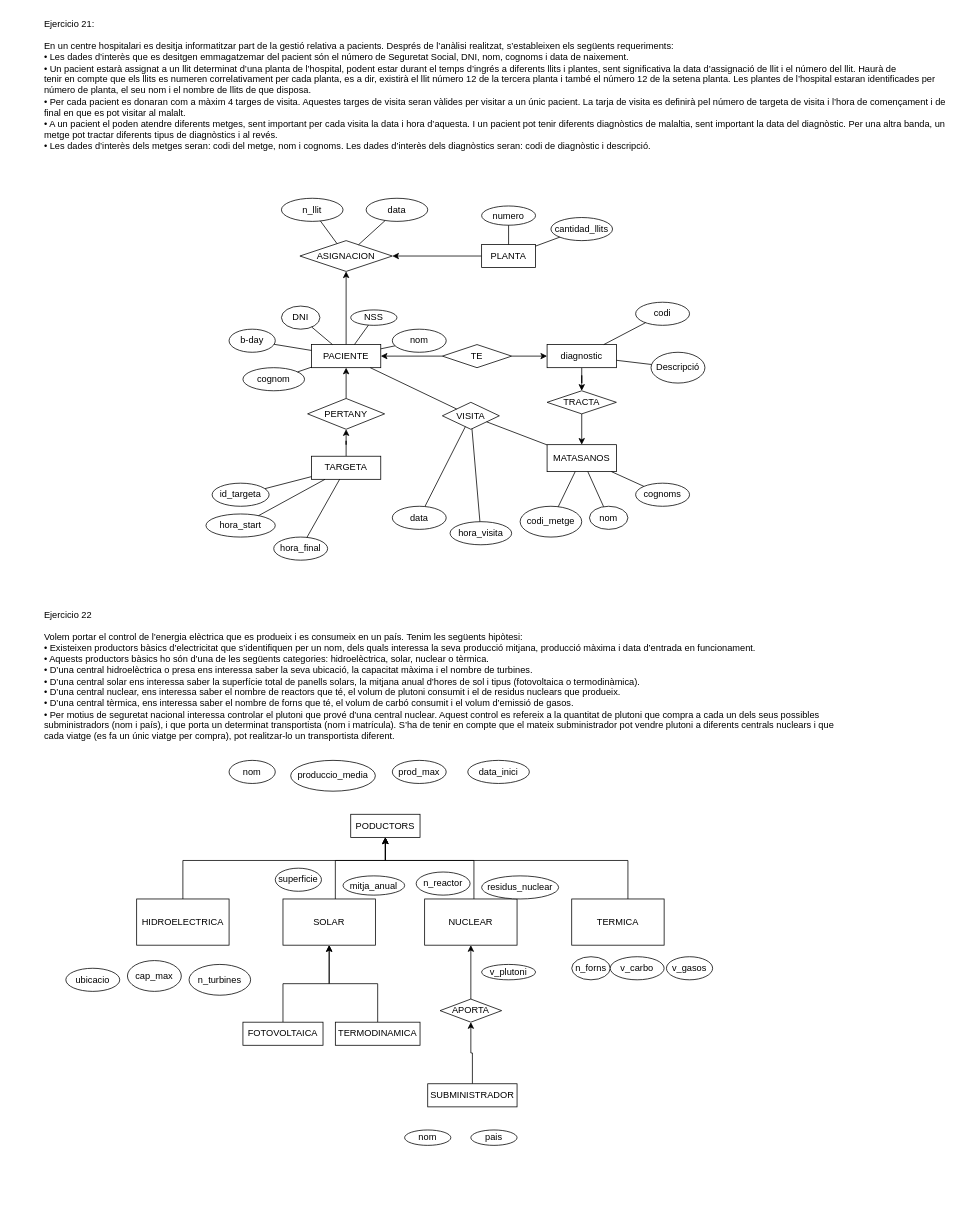
Before: codi/04-BBDD/ej21-22.drawio in DaydreamsRushe/HTML-CSS, a draw.io diagram. Source tidied: cells renumbered, new cells numbered last; positions are measured from the earlier drawing's top-left corner, leaving out a move shared by most shapes. Both pictures are drawn from the tidied source at 77%, with x=0, y=0 at pixel (42, 13).
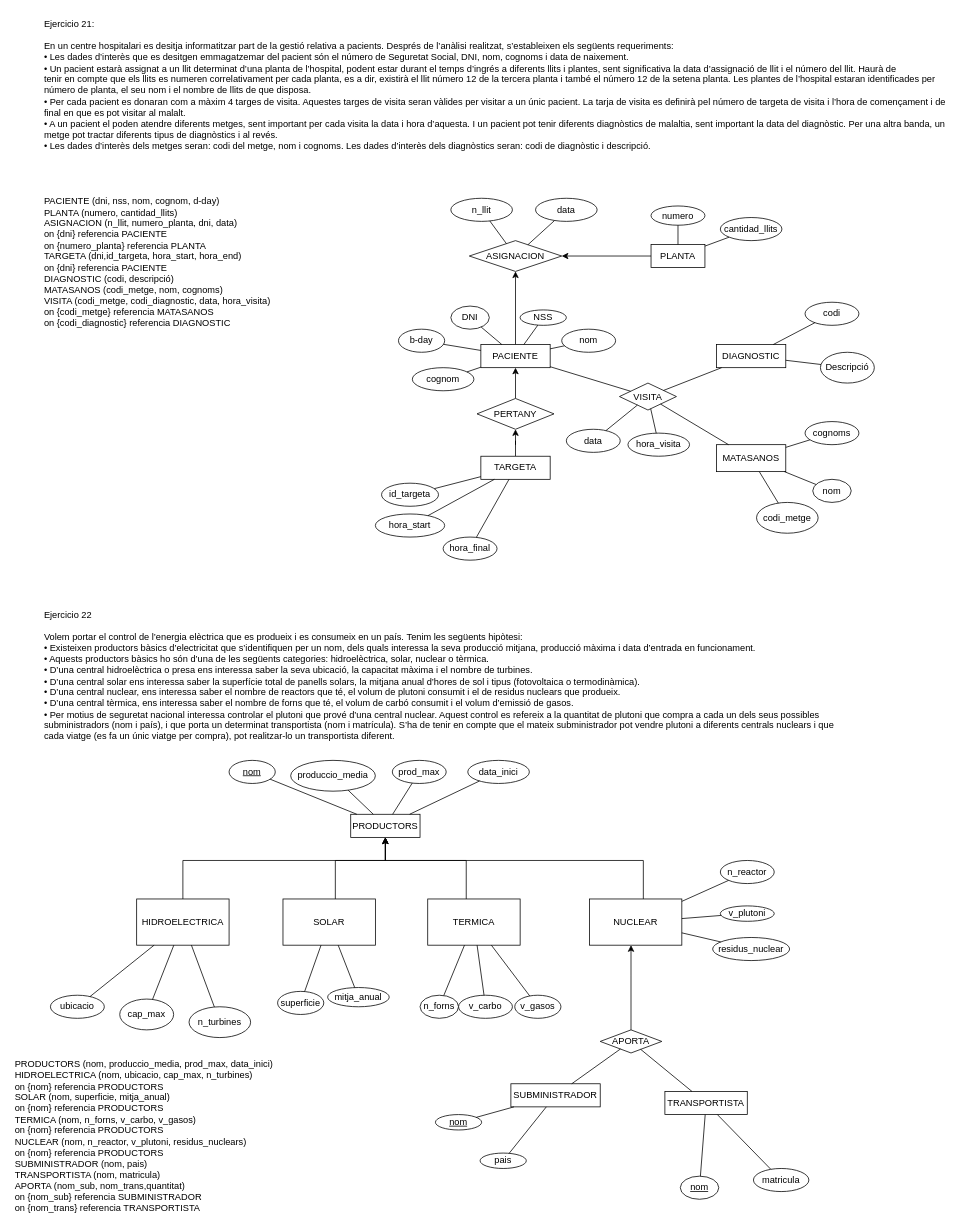
The same page after the edit.

Unchanged cells that the change refers to:
```xml
<mxCell id="64" value="produccio_media" style="ellipse;whiteSpace=wrap;html=1;" parent="1" vertex="1">
  <mxGeometry x="322" y="970" width="110" height="40" as="geometry" />
</mxCell>
<mxCell id="65" value="prod_max" style="ellipse;whiteSpace=wrap;html=1;" parent="1" vertex="1">
  <mxGeometry x="454" y="970" width="70" height="30" as="geometry" />
</mxCell>
<mxCell id="66" value="data_inici" style="ellipse;whiteSpace=wrap;html=1;" parent="1" vertex="1">
  <mxGeometry x="552" y="970" width="80" height="30" as="geometry" />
</mxCell>
<mxCell id="68" value="HIDROELECTRICA" style="rounded=0;whiteSpace=wrap;html=1;" parent="1" vertex="1">
  <mxGeometry x="122" y="1150" width="120" height="60" as="geometry" />
</mxCell>
<mxCell id="70" value="SOLAR" style="rounded=0;whiteSpace=wrap;html=1;" parent="1" vertex="1">
  <mxGeometry x="312" y="1150" width="120" height="60" as="geometry" />
</mxCell>
```

Change to the diagram source:
```diff
@@
     <mxCell id="4" value="PACIENTE" style="rounded=0;whiteSpace=wrap;html=1;" parent="1" vertex="1">
-      <mxGeometry x="349" y="430" width="90" height="30" as="geometry" />
+      <mxGeometry x="569" y="430" width="90" height="30" as="geometry" />
     </mxCell>
     <mxCell id="5" value="NSS" style="ellipse;whiteSpace=wrap;html=1;" parent="1" vertex="1">
-      <mxGeometry x="400" y="385" width="60" height="20" as="geometry" />
+      <mxGeometry x="620" y="385" width="60" height="20" as="geometry" />
     </mxCell>
     <mxCell id="6" value="DNI" style="ellipse;whiteSpace=wrap;html=1;" parent="1" vertex="1">
-      <mxGeometry x="310" y="380" width="50" height="30" as="geometry" />
+      <mxGeometry x="530" y="380" width="50" height="30" as="geometry" />
     </mxCell>
     <mxCell id="7" value="nom" style="ellipse;whiteSpace=wrap;html=1;" parent="1" vertex="1">
-      <mxGeometry x="454" y="410" width="70" height="30" as="geometry" />
+      <mxGeometry x="674" y="410" width="70" height="30" as="geometry" />
     </mxCell>
     <mxCell id="8" value="cognom" style="ellipse;whiteSpace=wrap;html=1;" parent="1" vertex="1">
-      <mxGeometry x="260" y="460" width="80" height="30" as="geometry" />
+      <mxGeometry x="480" y="460" width="80" height="30" as="geometry" />
     </mxCell>
     <mxCell id="9" value="b-day" style="ellipse;whiteSpace=wrap;html=1;" parent="1" vertex="1">
-      <mxGeometry x="242" y="410" width="60" height="30" as="geometry" />
+      <mxGeometry x="462" y="410" width="60" height="30" as="geometry" />
     </mxCell>
@@
     <mxCell id="11" value="PLANTA" style="rounded=0;whiteSpace=wrap;html=1;" parent="1" vertex="1">
-      <mxGeometry x="570" y="300" width="70" height="30" as="geometry" />
+      <mxGeometry x="790" y="300" width="70" height="30" as="geometry" />
     </mxCell>
     <mxCell id="12" value="ASIGNACION" style="rhombus;whiteSpace=wrap;html=1;" parent="1" vertex="1">
-      <mxGeometry x="334" y="295" width="120" height="40" as="geometry" />
+      <mxGeometry x="554" y="295" width="120" height="40" as="geometry" />
     </mxCell>
     <mxCell id="13" value="n_llit" style="ellipse;whiteSpace=wrap;html=1;" parent="1" vertex="1">
-      <mxGeometry x="310" y="240" width="80" height="30" as="geometry" />
+      <mxGeometry x="530" y="240" width="80" height="30" as="geometry" />
     </mxCell>
     <mxCell id="14" value="data" style="ellipse;whiteSpace=wrap;html=1;" parent="1" vertex="1">
-      <mxGeometry x="420" y="240" width="80" height="30" as="geometry" />
+      <mxGeometry x="640" y="240" width="80" height="30" as="geometry" />
     </mxCell>
     <mxCell id="15" value="numero" style="ellipse;whiteSpace=wrap;html=1;" parent="1" vertex="1">
-      <mxGeometry x="570" y="250" width="70" height="25" as="geometry" />
+      <mxGeometry x="790" y="250" width="70" height="25" as="geometry" />
     </mxCell>
     <mxCell id="16" value="cantidad_llits" style="ellipse;whiteSpace=wrap;html=1;" parent="1" vertex="1">
-      <mxGeometry x="660" y="265" width="80" height="30" as="geometry" />
+      <mxGeometry x="880" y="265" width="80" height="30" as="geometry" />
     </mxCell>
@@
     <mxCell id="18" value="TARGETA" style="rounded=0;whiteSpace=wrap;html=1;" parent="1" vertex="1">
-      <mxGeometry x="349" y="575" width="90" height="30" as="geometry" />
+      <mxGeometry x="569" y="575" width="90" height="30" as="geometry" />
     </mxCell>
     <mxCell id="19" value="id_targeta" style="ellipse;whiteSpace=wrap;html=1;" parent="1" vertex="1">
-      <mxGeometry x="220" y="610" width="74" height="30" as="geometry" />
+      <mxGeometry x="440" y="610" width="74" height="30" as="geometry" />
     </mxCell>
     <mxCell id="20" value="hora_start" style="ellipse;whiteSpace=wrap;html=1;" parent="1" vertex="1">
-      <mxGeometry x="212" y="650" width="90" height="30" as="geometry" />
+      <mxGeometry x="432" y="650" width="90" height="30" as="geometry" />
     </mxCell>
     <mxCell id="21" value="hora_final" style="ellipse;whiteSpace=wrap;html=1;" parent="1" vertex="1">
-      <mxGeometry x="300" y="680" width="70" height="30" as="geometry" />
+      <mxGeometry x="520" y="680" width="70" height="30" as="geometry" />
     </mxCell>
-    <mxCell id="22" style="edgeStyle=orthogonalEdgeStyle;rounded=0;jettySize=auto;html=1;" parent="1" edge="1" source="23" target="28">
-      <mxGeometry relative="1" as="geometry" />
-    </mxCell>
-    <mxCell id="23" value="diagnostic" style="rounded=0;whiteSpace=wrap;html=1;" parent="1" vertex="1">
-      <mxGeometry x="655" y="430" width="90" height="30" as="geometry" />
+    <mxCell id="23" value="DIAGNOSTIC" style="rounded=0;whiteSpace=wrap;html=1;" parent="1" vertex="1">
+      <mxGeometry x="875" y="430" width="90" height="30" as="geometry" />
     </mxCell>
     <mxCell id="24" value="codi" style="ellipse;whiteSpace=wrap;html=1;" parent="1" vertex="1">
-      <mxGeometry x="770" y="375" width="70" height="30" as="geometry" />
+      <mxGeometry x="990" y="375" width="70" height="30" as="geometry" />
     </mxCell>
     <mxCell id="25" value="MATASANOS" style="rounded=0;whiteSpace=wrap;html=1;" parent="1" vertex="1">
-      <mxGeometry x="655" y="560" width="90" height="35" as="geometry" />
+      <mxGeometry x="875" y="560" width="90" height="35" as="geometry" />
     </mxCell>
     <mxCell id="26" value="VISITA" style="rhombus;whiteSpace=wrap;html=1;" parent="1" vertex="1">
-      <mxGeometry x="519" y="505" width="74" height="35" as="geometry" />
+      <mxGeometry x="749" y="480" width="74" height="35" as="geometry" />
     </mxCell>
-    <mxCell id="27" style="edgeStyle=orthogonalEdgeStyle;rounded=0;jettySize=auto;html=1;" parent="1" edge="1" source="28" target="25">
-      <mxGeometry relative="1" as="geometry" />
-    </mxCell>
-    <mxCell id="28" value="TRACTA" style="rhombus;whiteSpace=wrap;html=1;" parent="1" vertex="1">
-      <mxGeometry x="655" y="490" width="90" height="30" as="geometry" />
-    </mxCell>
     <mxCell id="29" value="Descripció" style="ellipse;whiteSpace=wrap;html=1;" parent="1" vertex="1">
-      <mxGeometry x="790" y="440" width="70" height="40" as="geometry" />
+      <mxGeometry x="1010" y="440" width="70" height="40" as="geometry" />
     </mxCell>
     <mxCell id="30" value="codi_metge" style="ellipse;whiteSpace=wrap;html=1;" parent="1" vertex="1">
-      <mxGeometry x="620" y="640" width="80" height="40" as="geometry" />
+      <mxGeometry x="927" y="635" width="80" height="40" as="geometry" />
     </mxCell>
     <mxCell id="31" value="nom" style="ellipse;whiteSpace=wrap;html=1;" parent="1" vertex="1">
-      <mxGeometry x="710" y="640" width="50" height="30" as="geometry" />
+      <mxGeometry x="1000" y="605" width="50" height="30" as="geometry" />
     </mxCell>
     <mxCell id="32" value="cognoms" style="ellipse;whiteSpace=wrap;html=1;" parent="1" vertex="1">
-      <mxGeometry x="770" y="610" width="70" height="30" as="geometry" />
+      <mxGeometry x="990" y="530" width="70" height="30" as="geometry" />
     </mxCell>
     <mxCell id="33" value="hora_visita" style="ellipse;whiteSpace=wrap;html=1;" parent="1" vertex="1">
-      <mxGeometry x="529" y="660" width="80" height="30" as="geometry" />
+      <mxGeometry x="760" y="545" width="80" height="30" as="geometry" />
     </mxCell>
@@
     <mxCell id="39" value="PERTANY" style="rhombus;whiteSpace=wrap;html=1;" parent="1" vertex="1">
-      <mxGeometry x="344" y="500" width="100" height="40" as="geometry" />
+      <mxGeometry x="564" y="500" width="100" height="40" as="geometry" />
     </mxCell>
@@
     <mxCell id="54" value="data" style="ellipse;whiteSpace=wrap;html=1;" parent="1" vertex="1">
-      <mxGeometry x="454" y="640" width="70" height="30" as="geometry" />
+      <mxGeometry x="680" y="540" width="70" height="30" as="geometry" />
     </mxCell>
@@
-    <mxCell id="56" style="edgeStyle=orthogonalEdgeStyle;rounded=0;jettySize=auto;html=1;" parent="1" edge="1" source="58" target="4">
-      <mxGeometry relative="1" as="geometry" />
-    </mxCell>
-    <mxCell id="57" style="edgeStyle=orthogonalEdgeStyle;rounded=0;jettySize=auto;html=1;" parent="1" edge="1" source="58" target="23">
-      <mxGeometry relative="1" as="geometry" />
-    </mxCell>
-    <mxCell id="58" value="TE" style="rhombus;whiteSpace=wrap;html=1;" parent="1" vertex="1">
-      <mxGeometry x="519" y="430" width="90" height="30" as="geometry" />
-    </mxCell>
@@
-    <mxCell id="62" value="PODUCTORS" style="rounded=0;whiteSpace=wrap;html=1;" parent="1" vertex="1">
+    <mxCell id="62" value="PRODUCTORS" style="rounded=0;whiteSpace=wrap;html=1;" parent="1" vertex="1">
       <mxGeometry x="400" y="1040" width="90" height="30" as="geometry" />
     </mxCell>
-    <mxCell id="63" value="nom" style="ellipse;whiteSpace=wrap;html=1;" parent="1" vertex="1">
+    <mxCell id="63" value="nom" style="ellipse;whiteSpace=wrap;html=1;fontStyle=4;" parent="1" vertex="1">
       <mxGeometry x="242" y="970" width="60" height="30" as="geometry" />
     </mxCell>
@@
     <mxCell id="71" style="edgeStyle=orthogonalEdgeStyle;rounded=0;jettySize=auto;html=1;" parent="1" edge="1" source="72" target="62">
       <mxGeometry relative="1" as="geometry">
         <Array as="points">
-          <mxPoint x="560" y="1100" />
+          <mxPoint x="780" y="1100" />
           <mxPoint x="445" y="1100" />
         </Array>
       </mxGeometry>
     </mxCell>
     <mxCell id="72" value="NUCLEAR" style="rounded=0;whiteSpace=wrap;html=1;" parent="1" vertex="1">
-      <mxGeometry x="496" y="1150" width="120" height="60" as="geometry" />
+      <mxGeometry x="710" y="1150" width="120" height="60" as="geometry" />
     </mxCell>
     <mxCell id="73" style="edgeStyle=orthogonalEdgeStyle;rounded=0;jettySize=auto;html=1;" parent="1" edge="1" source="74" target="62">
       <mxGeometry relative="1" as="geometry">
         <Array as="points">
-          <mxPoint x="760" y="1100" />
+          <mxPoint x="550" y="1180" />
+          <mxPoint x="550" y="1100" />
           <mxPoint x="445" y="1100" />
         </Array>
       </mxGeometry>
     </mxCell>
     <mxCell id="74" value="TERMICA" style="rounded=0;whiteSpace=wrap;html=1;" parent="1" vertex="1">
-      <mxGeometry x="687" y="1150" width="120" height="60" as="geometry" />
+      <mxGeometry x="500" y="1150" width="120" height="60" as="geometry" />
     </mxCell>
     <mxCell id="75" value="ubicacio" style="ellipse;whiteSpace=wrap;html=1;" parent="1" vertex="1">
-      <mxGeometry x="30" y="1240" width="70" height="30" as="geometry" />
+      <mxGeometry x="10" y="1275" width="70" height="30" as="geometry" />
     </mxCell>
     <mxCell id="76" value="cap_max" style="ellipse;whiteSpace=wrap;html=1;" parent="1" vertex="1">
-      <mxGeometry x="110" y="1230" width="70" height="40" as="geometry" />
+      <mxGeometry x="100" y="1280" width="70" height="40" as="geometry" />
     </mxCell>
     <mxCell id="77" value="n_turbines" style="ellipse;whiteSpace=wrap;html=1;" parent="1" vertex="1">
-      <mxGeometry x="190" y="1235" width="80" height="40" as="geometry" />
+      <mxGeometry x="190" y="1290" width="80" height="40" as="geometry" />
     </mxCell>
     <mxCell id="78" value="superficie" style="ellipse;whiteSpace=wrap;html=1;" parent="1" vertex="1">
-      <mxGeometry x="302" y="1110" width="60" height="30" as="geometry" />
+      <mxGeometry x="305" y="1270" width="60" height="30" as="geometry" />
     </mxCell>
     <mxCell id="79" value="mitja_anual" style="ellipse;whiteSpace=wrap;html=1;" parent="1" vertex="1">
-      <mxGeometry x="390" y="1120" width="80" height="25" as="geometry" />
+      <mxGeometry x="370" y="1265" width="80" height="25" as="geometry" />
     </mxCell>
-    <mxCell id="80" style="edgeStyle=orthogonalEdgeStyle;rounded=0;jettySize=auto;html=1;" parent="1" edge="1" source="81" target="70">
-      <mxGeometry relative="1" as="geometry" />
-    </mxCell>
-    <mxCell id="81" value="FOTOVOLTAICA" style="rounded=0;whiteSpace=wrap;html=1;" parent="1" vertex="1">
-      <mxGeometry x="260" y="1310" width="104" height="30" as="geometry" />
-    </mxCell>
-    <mxCell id="82" style="edgeStyle=orthogonalEdgeStyle;rounded=0;jettySize=auto;html=1;" parent="1" edge="1" source="83" target="70">
-      <mxGeometry relative="1" as="geometry" />
-    </mxCell>
-    <mxCell id="83" value="TERMODINAMICA" style="rounded=0;whiteSpace=wrap;html=1;" parent="1" vertex="1">
-      <mxGeometry x="380" y="1310" width="110" height="30" as="geometry" />
-    </mxCell>
     <mxCell id="84" value="n_reactor" style="ellipse;whiteSpace=wrap;html=1;" parent="1" vertex="1">
-      <mxGeometry x="485" y="1115" width="70" height="30" as="geometry" />
+      <mxGeometry x="880" y="1100" width="70" height="30" as="geometry" />
     </mxCell>
     <mxCell id="85" value="v_plutoni" style="ellipse;whiteSpace=wrap;html=1;" parent="1" vertex="1">
-      <mxGeometry x="570" y="1235" width="70" height="20" as="geometry" />
+      <mxGeometry x="880" y="1159" width="70" height="20" as="geometry" />
     </mxCell>
     <mxCell id="86" value="residus_nuclear" style="ellipse;whiteSpace=wrap;html=1;" parent="1" vertex="1">
-      <mxGeometry x="570" y="1120" width="100" height="30" as="geometry" />
+      <mxGeometry x="870" y="1200" width="100" height="30" as="geometry" />
     </mxCell>
     <mxCell id="87" value="n_forns" style="ellipse;whiteSpace=wrap;html=1;" parent="1" vertex="1">
-      <mxGeometry x="687" y="1225" width="50" height="30" as="geometry" />
+      <mxGeometry x="490" y="1275" width="50" height="30" as="geometry" />
     </mxCell>
     <mxCell id="88" value="v_carbo" style="ellipse;whiteSpace=wrap;html=1;" parent="1" vertex="1">
-      <mxGeometry x="737" y="1225" width="70" height="30" as="geometry" />
+      <mxGeometry x="540" y="1275" width="70" height="30" as="geometry" />
     </mxCell>
     <mxCell id="89" value="v_gasos" style="ellipse;whiteSpace=wrap;html=1;" parent="1" vertex="1">
-      <mxGeometry x="810" y="1225" width="60" height="30" as="geometry" />
+      <mxGeometry x="613" y="1275" width="60" height="30" as="geometry" />
     </mxCell>
-    <mxCell id="90" style="edgeStyle=orthogonalEdgeStyle;rounded=0;jettySize=auto;html=1;" parent="1" edge="1" source="91" target="93">
-      <mxGeometry relative="1" as="geometry" />
-    </mxCell>
     <mxCell id="91" value="SUBMINISTRADOR" style="rounded=0;whiteSpace=wrap;html=1;" parent="1" vertex="1">
-      <mxGeometry x="500" y="1390" width="116" height="30" as="geometry" />
+      <mxGeometry x="608" y="1390" width="116" height="30" as="geometry" />
     </mxCell>
     <mxCell id="92" style="edgeStyle=orthogonalEdgeStyle;rounded=0;jettySize=auto;html=1;" parent="1" edge="1" source="93" target="72">
-      <mxGeometry relative="1" as="geometry" />
+      <mxGeometry relative="1" as="geometry">
+        <Array as="points">
+          <mxPoint x="764" y="1250" />
+          <mxPoint x="764" y="1250" />
+        </Array>
+      </mxGeometry>
     </mxCell>
     <mxCell id="93" value="APORTA" style="rhombus;whiteSpace=wrap;html=1;" parent="1" vertex="1">
-      <mxGeometry x="516" y="1280" width="80" height="30" as="geometry" />
+      <mxGeometry x="724" y="1320" width="80" height="30" as="geometry" />
     </mxCell>
-    <mxCell id="94" value="nom" style="ellipse;whiteSpace=wrap;html=1;" parent="1" vertex="1">
-      <mxGeometry x="470" y="1450" width="60" height="20" as="geometry" />
+    <mxCell id="94" value="nom" style="ellipse;whiteSpace=wrap;html=1;fontStyle=4;" parent="1" vertex="1">
+      <mxGeometry x="510" y="1430" width="60" height="20" as="geometry" />
     </mxCell>
     <mxCell id="95" value="pais" style="ellipse;whiteSpace=wrap;html=1;" parent="1" vertex="1">
-      <mxGeometry x="556" y="1450" width="60" height="20" as="geometry" />
+      <mxGeometry x="568" y="1480" width="60" height="20" as="geometry" />
     </mxCell>
+    <mxCell id="96" style="endArrow=none;html=1;rounded=0;" parent="1" edge="1" source="26" target="23">
+      <mxGeometry relative="1" as="geometry" />
+    </mxCell>
+    <mxCell id="90" style="endArrow=none;html=1;rounded=0;" parent="1" edge="1" source="91" target="93">
+      <mxGeometry relative="1" as="geometry" />
+    </mxCell>
+    <mxCell id="97" style="endArrow=none;html=1;rounded=0;" parent="1" edge="1" source="94" target="91">
+      <mxGeometry relative="1" as="geometry" />
+    </mxCell>
+    <mxCell id="98" style="endArrow=none;html=1;rounded=0;" parent="1" edge="1" source="95" target="91">
+      <mxGeometry relative="1" as="geometry" />
+    </mxCell>
+    <mxCell id="99" value="TRANSPORTISTA" style="rounded=0;whiteSpace=wrap;html=1;" parent="1" vertex="1">
+      <mxGeometry x="808" y="1400" width="107" height="30" as="geometry" />
+    </mxCell>
+    <mxCell id="100" style="endArrow=none;html=1;rounded=0;" parent="1" edge="1" source="99" target="93">
+      <mxGeometry relative="1" as="geometry" />
+    </mxCell>
+    <mxCell id="101" value="nom" style="ellipse;whiteSpace=wrap;html=1;fontStyle=4;" parent="1" vertex="1">
+      <mxGeometry x="828" y="1510" width="50" height="30" as="geometry" />
+    </mxCell>
+    <mxCell id="102" value="matricula" style="ellipse;whiteSpace=wrap;html=1;" parent="1" vertex="1">
+      <mxGeometry x="923" y="1500" width="72" height="30" as="geometry" />
+    </mxCell>
+    <mxCell id="103" style="endArrow=none;html=1;rounded=0;" parent="1" edge="1" source="101" target="99">
+      <mxGeometry relative="1" as="geometry" />
+    </mxCell>
+    <mxCell id="104" style="endArrow=none;html=1;rounded=0;" parent="1" edge="1" source="102" target="99">
+      <mxGeometry relative="1" as="geometry" />
+    </mxCell>
+    <mxCell id="105" style="endArrow=none;html=1;rounded=0;" parent="1" edge="1" source="75" target="68">
+      <mxGeometry relative="1" as="geometry" />
+    </mxCell>
+    <mxCell id="106" style="endArrow=none;html=1;rounded=0;" parent="1" edge="1" source="76" target="68">
+      <mxGeometry relative="1" as="geometry" />
+    </mxCell>
+    <mxCell id="107" style="endArrow=none;html=1;rounded=0;" parent="1" edge="1" source="77" target="68">
+      <mxGeometry relative="1" as="geometry" />
+    </mxCell>
+    <mxCell id="108" style="endArrow=none;html=1;rounded=0;" parent="1" edge="1" source="78" target="70">
+      <mxGeometry relative="1" as="geometry" />
+    </mxCell>
+    <mxCell id="109" style="endArrow=none;html=1;rounded=0;" parent="1" edge="1" source="79" target="70">
+      <mxGeometry relative="1" as="geometry" />
+    </mxCell>
+    <mxCell id="110" style="endArrow=none;html=1;rounded=0;" parent="1" edge="1" source="87" target="74">
+      <mxGeometry relative="1" as="geometry" />
+    </mxCell>
+    <mxCell id="111" style="endArrow=none;html=1;rounded=0;" parent="1" edge="1" source="88" target="74">
+      <mxGeometry relative="1" as="geometry" />
+    </mxCell>
+    <mxCell id="112" style="endArrow=none;html=1;rounded=0;" parent="1" edge="1" source="89" target="74">
+      <mxGeometry relative="1" as="geometry" />
+    </mxCell>
+    <mxCell id="113" style="endArrow=none;html=1;rounded=0;" parent="1" edge="1" source="86" target="72">
+      <mxGeometry relative="1" as="geometry" />
+    </mxCell>
+    <mxCell id="114" style="endArrow=none;html=1;rounded=0;" parent="1" edge="1" source="85" target="72">
+      <mxGeometry relative="1" as="geometry" />
+    </mxCell>
+    <mxCell id="115" style="endArrow=none;html=1;rounded=0;" parent="1" edge="1" source="84" target="72">
+      <mxGeometry relative="1" as="geometry" />
+    </mxCell>
+    <mxCell id="116" style="endArrow=none;html=1;rounded=0;" parent="1" edge="1" source="62" target="63">
+      <mxGeometry relative="1" as="geometry" />
+    </mxCell>
+    <mxCell id="117" style="endArrow=none;html=1;rounded=0;" parent="1" edge="1" source="62" target="64">
+      <mxGeometry relative="1" as="geometry" />
+    </mxCell>
+    <mxCell id="118" style="endArrow=none;html=1;rounded=0;" parent="1" edge="1" source="62" target="65">
+      <mxGeometry relative="1" as="geometry" />
+    </mxCell>
+    <mxCell id="119" style="endArrow=none;html=1;rounded=0;" parent="1" edge="1" source="62" target="66">
+      <mxGeometry relative="1" as="geometry" />
+    </mxCell>
+    <mxCell id="120" value="PRODUCTORS (nom, produccio_media, prod_max, data_inici)&lt;div&gt;HIDROELECTRICA (nom, ubicacio, cap_max, n_turbines)&lt;/div&gt;&lt;div&gt;on {nom} referencia PRODUCTORS&lt;/div&gt;&lt;div&gt;SOLAR (nom, superficie, mitja_anual)&lt;/div&gt;&lt;div&gt;on {nom} referencia PRODUCTORS&lt;/div&gt;&lt;div&gt;TERMICA (nom, n_forns, v_carbo, v_gasos)&lt;/div&gt;&lt;div&gt;on {nom} referencia PRODUCTORS&lt;/div&gt;&lt;div&gt;NUCLEAR (nom, n_reactor, v_plutoni, residus_nuclears)&lt;/div&gt;&lt;div&gt;on {nom} referencia PRODUCTORS&lt;/div&gt;&lt;div&gt;SUBMINISTRADOR (nom, pais)&lt;/div&gt;&lt;div&gt;TRANSPORTISTA (nom, matricula)&lt;/div&gt;&lt;div&gt;APORTA (nom_sub, nom_trans,quantitat)&lt;/div&gt;&lt;div&gt;on {nom_sub} referencia SUBMINISTRADOR&lt;/div&gt;&lt;div&gt;on {nom_trans} referencia TRANSPORTISTA&lt;/div&gt;" style="text;html=1;align=left;verticalAlign=middle;whiteSpace=wrap;rounded=0;" parent="1" vertex="1">
+      <mxGeometry x="-38" y="1355" width="358" height="205" as="geometry" />
+    </mxCell>
+    <mxCell id="121" value="PACIENTE (dni, nss, nom, cognom, d-day)&lt;div&gt;PLANTA (numero, cantidad_llits)&lt;/div&gt;&lt;div&gt;ASIGNACION (n_llit, numero_planta, dni, data)&lt;/div&gt;&lt;div&gt;on {dni} referencia PACIENTE&lt;/div&gt;&lt;div&gt;on {numero_planta} referencia PLANTA&lt;/div&gt;&lt;div&gt;TARGETA (dni,id_targeta, hora_start, hora_end)&lt;/div&gt;&lt;div&gt;on {dni} referencia PACIENTE&lt;/div&gt;&lt;div&gt;DIAGNOSTIC (codi, descripció)&lt;/div&gt;&lt;div&gt;MATASANOS (codi_metge, nom, cognoms)&lt;/div&gt;&lt;div&gt;VISITA (codi_metge, codi_diagnostic, data, hora_visita)&lt;/div&gt;&lt;div&gt;on {codi_metge} referencia MATASANOS&lt;/div&gt;&lt;div&gt;on {codi_diagnostic} referencia DIAGNOSTIC&lt;/div&gt;" style="text;html=1;align=left;verticalAlign=middle;whiteSpace=wrap;rounded=0;" parent="1" vertex="1">
+      <mxGeometry y="235" width="450" height="175" as="geometry" />
+    </mxCell>
```
